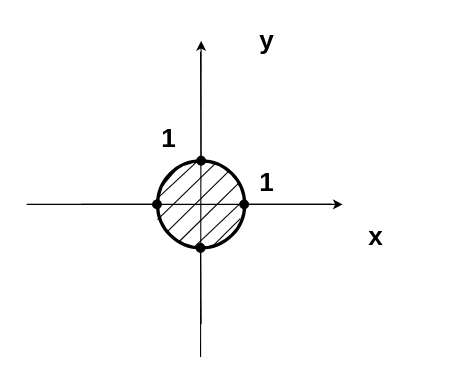
Above: Untitled Diagram.drawio in ArseniyIFMO/TEX (draw.io), before the change. Source tidied: cells renumbered, new cells numbered last; positions are measured from the earlier drawing's top-left corner, leaving out a move shared by most shapes. Both pictures are drawn from the tidied source at 109%, with x=0, y=0 at pixel (26, 19).
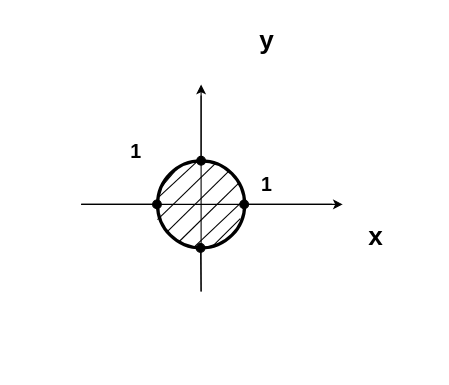
The same diagram, later.

The change refers to these unchanged cells:
```xml
<mxCell id="4" style="ellipse;whiteSpace=wrap;html=1;fillColor=none;strokeWidth=3;gradientColor=none;" parent="1" vertex="1">
  <mxGeometry x="120" y="130" width="80" height="80" as="geometry" />
</mxCell>
```

Change to the diagram source:
```diff
@@
     <mxCell id="2" style="endArrow=classic;html=1;" parent="1" edge="1">
       <mxGeometry relative="1" as="geometry">
-        <mxPoint x="159.5" y="310" as="sourcePoint" />
-        <mxPoint x="160" y="20" as="targetPoint" />
+        <mxPoint x="160" y="250" as="sourcePoint" />
+        <mxPoint x="160" y="60" as="targetPoint" />
       </mxGeometry>
     </mxCell>
     <mxCell id="3" style="endArrow=classic;html=1;" parent="1" edge="1">
       <mxGeometry relative="1" as="geometry">
-        <mxPoint y="170" as="sourcePoint" />
+        <mxPoint x="50" y="170" as="sourcePoint" />
         <mxPoint x="290" y="170" as="targetPoint" />
       </mxGeometry>
     </mxCell>
@@
     <mxCell id="5" style="endArrow=none;html=1;endFill=0;startArrow=oval;startFill=1;endSize=10;startSize=8;exitX=0.5;exitY=0;exitDx=0;exitDy=0;" parent="1" edge="1" source="4">
       <mxGeometry relative="1" as="geometry">
-        <mxPoint x="159.5" y="30" as="targetPoint" />
+        <mxPoint x="160" y="70" as="targetPoint" />
       </mxGeometry>
     </mxCell>
@@
     <mxCell id="8" style="endArrow=none;html=1;endFill=0;startArrow=oval;startFill=1;endSize=10;startSize=8;" parent="1" edge="1">
       <mxGeometry relative="1" as="geometry">
         <mxPoint x="159.5" y="210" as="sourcePoint" />
-        <mxPoint x="160" y="280" as="targetPoint" />
+        <mxPoint x="160" y="250" as="targetPoint" />
       </mxGeometry>
     </mxCell>
@@
-    <mxCell id="18" value="1" style="text;strokeColor=none;fillColor=none;html=1;fontSize=24;fontStyle=1;verticalAlign=middle;align=center;" parent="1" vertex="1">
+    <mxCell id="18" value="&lt;font style=&quot;font-size: 18px&quot;&gt;1&lt;/font&gt;" style="text;strokeColor=none;fillColor=none;html=1;fontSize=24;fontStyle=1;verticalAlign=middle;align=center;" parent="1" vertex="1">
       <mxGeometry x="170" y="130" width="100" height="40" as="geometry" />
     </mxCell>
-    <mxCell id="19" value="1" style="text;strokeColor=none;fillColor=none;html=1;fontSize=24;fontStyle=1;verticalAlign=middle;align=center;" parent="1" vertex="1">
-      <mxGeometry x="80" y="90" width="100" height="40" as="geometry" />
+    <mxCell id="19" value="&lt;font style=&quot;font-size: 18px&quot;&gt;1&lt;/font&gt;" style="text;strokeColor=none;fillColor=none;html=1;fontSize=24;fontStyle=1;verticalAlign=middle;align=center;" parent="1" vertex="1">
+      <mxGeometry x="50" y="100" width="100" height="40" as="geometry" />
     </mxCell>
```
